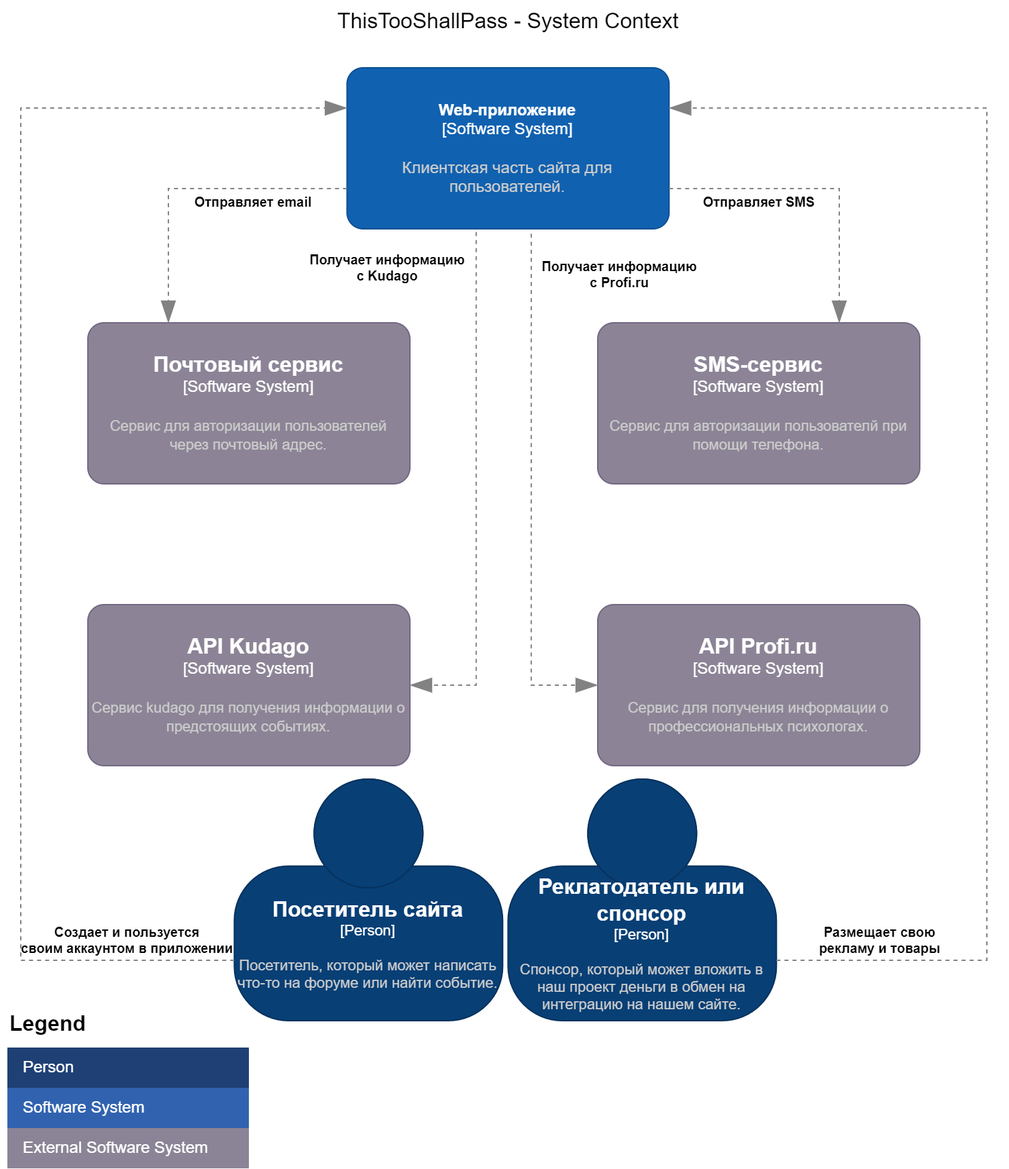
The draw.io diagram docs/C4/Context - Арясин.drawio.png in Redegit/ThisTooShallPass, before a commit. Source tidied: cells renumbered, new cells last; positions are measured from the earlier drawing's top-left corner, leaving out a move shared by most shapes.
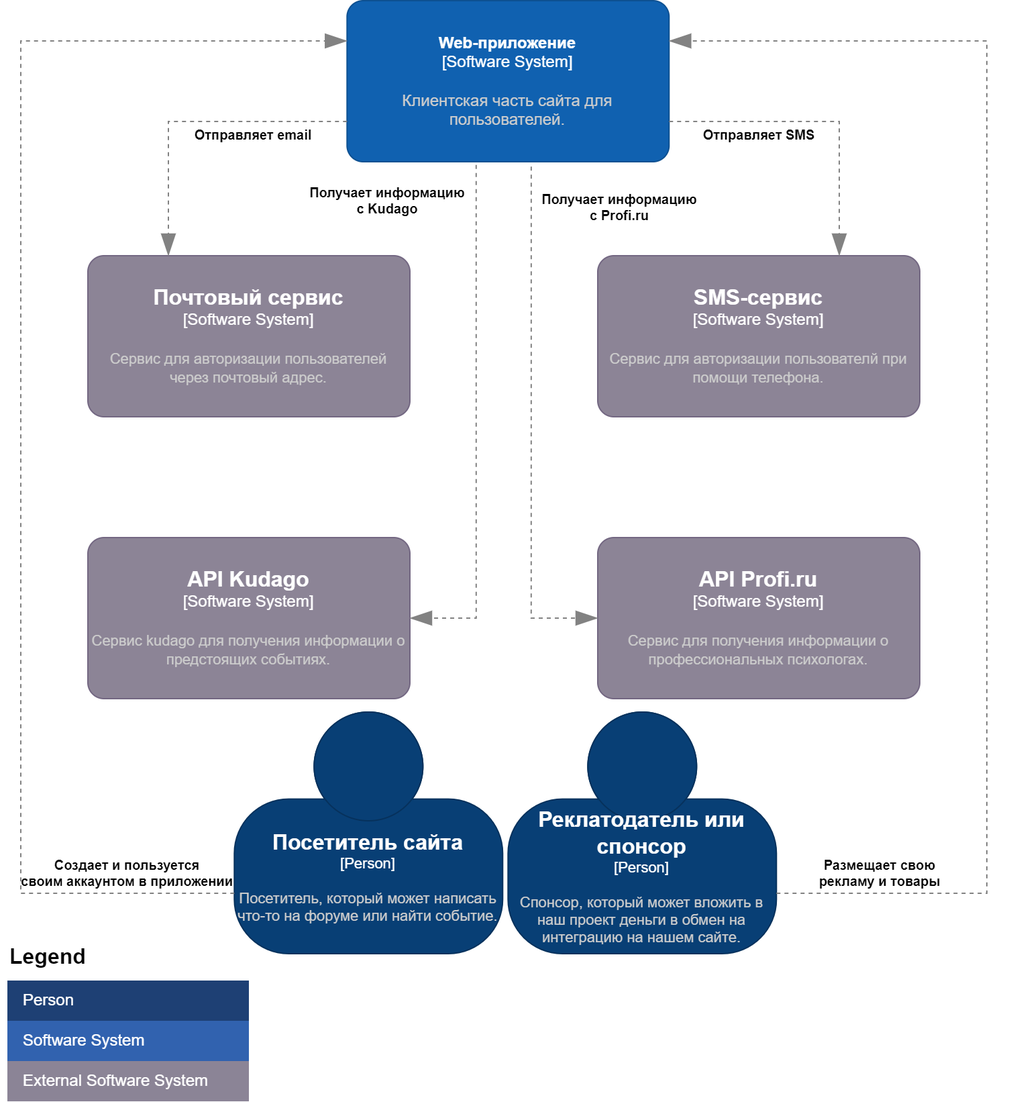
The same file after the commit.

What changed in the source:
```diff
@@ -97,8 +97,5 @@
     <mxCell id="19" value="External Software System" style="shape=partialRectangle;html=1;whiteSpace=wrap;fillColor=#8B8496;top=0;left=0;bottom=0;right=0;overflow=hidden;align=left;spacingLeft=10;fontColor=#FFFFFF;fontSize=12;" parent="16" vertex="1">
       <mxGeometry y="60" width="180" height="30" as="geometry" />
     </mxCell>
-    <mxCell id="20" value="&lt;font style=&quot;font-size: 16px;&quot;&gt;ThisTooShallPass - System Context&lt;/font&gt;" style="text;html=1;align=center;verticalAlign=middle;strokeColor=none;fillColor=none;" parent="1" vertex="1">
-      <mxGeometry x="233.1" width="280" height="30" as="geometry" />
-    </mxCell>
   </root>
 </mxGraphModel>
```
